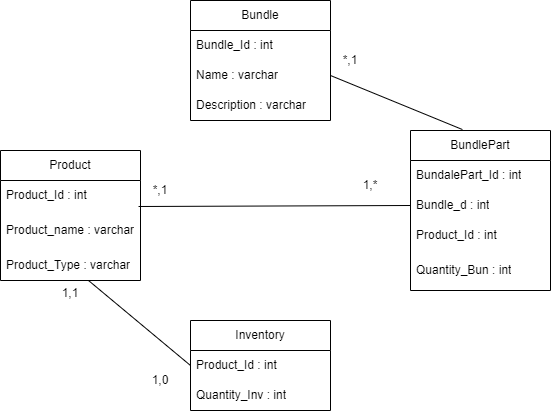
Above: Bundle Diagram.drawio.png in FerielBelkacem/MaxBundles (draw.io), before the change. Source tidied: cells renumbered, new cells last; positions are measured from the earlier drawing's top-left corner, leaving out a move shared by most shapes. The source it was exported from:
```xml
<mxGraphModel>
  <root>
    <mxCell id="0" />
    <mxCell id="1" parent="0" />
    <mxCell id="2" value="Bundle" style="swimlane;fontStyle=0;horizontal=1;startSize=30;whiteSpace=wrap;html=1;" parent="1" vertex="1">
      <mxGeometry x="190" width="140" height="120" as="geometry" />
    </mxCell>
    <mxCell id="3" value="Bundle_Id : int" style="text;strokeColor=none;fillColor=none;align=left;verticalAlign=middle;spacingLeft=4;spacingRight=4;overflow=hidden;whiteSpace=wrap;html=1;" parent="2" vertex="1">
      <mxGeometry y="30" width="140" height="30" as="geometry" />
    </mxCell>
    <mxCell id="4" value="Name : varchar" style="text;strokeColor=none;fillColor=none;align=left;verticalAlign=middle;spacingLeft=4;spacingRight=4;overflow=hidden;points=[[0,0.5],[1,0.5]];portConstraint=eastwest;whiteSpace=wrap;html=1;" parent="2" vertex="1">
      <mxGeometry y="60" width="140" height="30" as="geometry" />
    </mxCell>
    <mxCell id="5" value="Description : varchar" style="text;strokeColor=none;fillColor=none;align=left;verticalAlign=middle;spacingLeft=4;spacingRight=4;overflow=hidden;whiteSpace=wrap;html=1;" parent="2" vertex="1">
      <mxGeometry y="90" width="140" height="30" as="geometry" />
    </mxCell>
    <mxCell id="6" value="Product" style="swimlane;fontStyle=0;horizontal=1;startSize=30;whiteSpace=wrap;html=1;" parent="1" vertex="1">
      <mxGeometry y="150" width="140" height="130" as="geometry" />
    </mxCell>
    <mxCell id="7" value="Product_Id : int" style="text;strokeColor=none;fillColor=none;align=left;verticalAlign=middle;spacingLeft=4;spacingRight=4;overflow=hidden;whiteSpace=wrap;html=1;" parent="6" vertex="1">
      <mxGeometry y="30" width="140" height="30" as="geometry" />
    </mxCell>
    <mxCell id="8" value="Product_name : varchar" style="text;strokeColor=none;fillColor=none;align=left;verticalAlign=middle;spacingLeft=4;spacingRight=4;overflow=hidden;points=[[0,0.5],[1,0.5]];portConstraint=eastwest;whiteSpace=wrap;html=1;" parent="6" vertex="1">
      <mxGeometry y="60" width="140" height="40" as="geometry" />
    </mxCell>
    <mxCell id="9" value="Product_Type : varchar" style="text;strokeColor=none;fillColor=none;align=left;verticalAlign=middle;spacingLeft=4;spacingRight=4;overflow=hidden;points=[[0,0.5],[1,0.5]];portConstraint=eastwest;whiteSpace=wrap;html=1;" parent="6" vertex="1">
      <mxGeometry y="100" width="140" height="30" as="geometry" />
    </mxCell>
    <mxCell id="10" value="BundlePart" style="swimlane;fontStyle=0;horizontal=1;startSize=30;whiteSpace=wrap;html=1;" parent="1" vertex="1">
      <mxGeometry x="410" y="130" width="140" height="160" as="geometry" />
    </mxCell>
    <mxCell id="11" value="BundalePart_Id : int" style="text;strokeColor=none;fillColor=none;align=left;verticalAlign=middle;spacingLeft=4;spacingRight=4;overflow=hidden;whiteSpace=wrap;html=1;" parent="10" vertex="1">
      <mxGeometry y="30" width="140" height="30" as="geometry" />
    </mxCell>
    <mxCell id="12" value="Bundle_d : int" style="text;strokeColor=none;fillColor=none;align=left;verticalAlign=middle;spacingLeft=4;spacingRight=4;overflow=hidden;points=[[0,0.5],[1,0.5]];portConstraint=eastwest;whiteSpace=wrap;html=1;" parent="10" vertex="1">
      <mxGeometry y="60" width="140" height="30" as="geometry" />
    </mxCell>
    <mxCell id="13" value="Product_Id : int" style="text;strokeColor=none;fillColor=none;align=left;verticalAlign=middle;spacingLeft=4;spacingRight=4;overflow=hidden;whiteSpace=wrap;html=1;" parent="10" vertex="1">
      <mxGeometry y="90" width="140" height="30" as="geometry" />
    </mxCell>
    <mxCell id="14" value="Quantity_Bun : int" style="text;strokeColor=none;fillColor=none;align=left;verticalAlign=middle;spacingLeft=4;spacingRight=4;overflow=hidden;whiteSpace=wrap;html=1;" parent="10" vertex="1">
      <mxGeometry y="120" width="140" height="40" as="geometry" />
    </mxCell>
    <mxCell id="15" value="Inventory" style="swimlane;fontStyle=0;horizontal=1;startSize=30;whiteSpace=wrap;html=1;" parent="1" vertex="1">
      <mxGeometry x="190" y="320" width="140" height="90" as="geometry" />
    </mxCell>
    <mxCell id="16" value="Product_Id : int" style="text;strokeColor=none;fillColor=none;align=left;verticalAlign=middle;spacingLeft=4;spacingRight=4;overflow=hidden;points=[[0,0.5],[1,0.5]];portConstraint=eastwest;whiteSpace=wrap;html=1;" parent="15" vertex="1">
      <mxGeometry y="30" width="140" height="30" as="geometry" />
    </mxCell>
    <mxCell id="17" value="Quantity_Inv : int" style="text;strokeColor=none;fillColor=none;align=left;verticalAlign=middle;spacingLeft=4;spacingRight=4;overflow=hidden;whiteSpace=wrap;html=1;" parent="15" vertex="1">
      <mxGeometry y="60" width="140" height="30" as="geometry" />
    </mxCell>
    <mxCell id="18" style="endArrow=none;html=1;rounded=0;entryX=0;entryY=0.5;entryDx=0;entryDy=0;exitX=0.986;exitY=-0.1;exitDx=0;exitDy=0;exitPerimeter=0;" parent="1" edge="1" source="8" target="12">
      <mxGeometry relative="1" as="geometry" />
    </mxCell>
    <mxCell id="19" value="1,*" style="text;html=1;align=center;verticalAlign=middle;whiteSpace=wrap;rounded=0;" parent="1" vertex="1">
      <mxGeometry x="340" y="170" width="60" height="30" as="geometry" />
    </mxCell>
    <mxCell id="20" value="*,1" style="text;html=1;align=center;verticalAlign=middle;whiteSpace=wrap;rounded=0;" parent="1" vertex="1">
      <mxGeometry x="140" y="180" width="40" height="20" as="geometry" />
    </mxCell>
    <mxCell id="21" style="endArrow=none;html=1;rounded=0;exitX=0.371;exitY=-0.006;exitDx=0;exitDy=0;exitPerimeter=0;entryX=1;entryY=0.5;entryDx=0;entryDy=0;" parent="1" edge="1" source="10" target="4">
      <mxGeometry relative="1" as="geometry" />
    </mxCell>
    <mxCell id="22" value="*,1" style="text;html=1;align=center;verticalAlign=middle;whiteSpace=wrap;rounded=0;" parent="1" vertex="1">
      <mxGeometry x="320" y="45" width="60" height="30" as="geometry" />
    </mxCell>
    <mxCell id="23" style="endArrow=none;html=1;rounded=0;exitX=0;exitY=0.5;exitDx=0;exitDy=0;" parent="1" edge="1" source="16" target="9">
      <mxGeometry relative="1" as="geometry" />
    </mxCell>
    <mxCell id="24" value="&lt;div&gt;1,0&lt;/div&gt;" style="text;html=1;align=center;verticalAlign=middle;whiteSpace=wrap;rounded=0;" parent="1" vertex="1">
      <mxGeometry x="140" y="370" width="40" height="20" as="geometry" />
    </mxCell>
    <mxCell id="25" value="1,1&lt;div&gt;&lt;br&gt;&lt;/div&gt;" style="text;html=1;align=center;verticalAlign=middle;whiteSpace=wrap;rounded=0;" parent="1" vertex="1">
      <mxGeometry x="50" y="290" width="40" height="20" as="geometry" />
    </mxCell>
  </root>
</mxGraphModel>
```
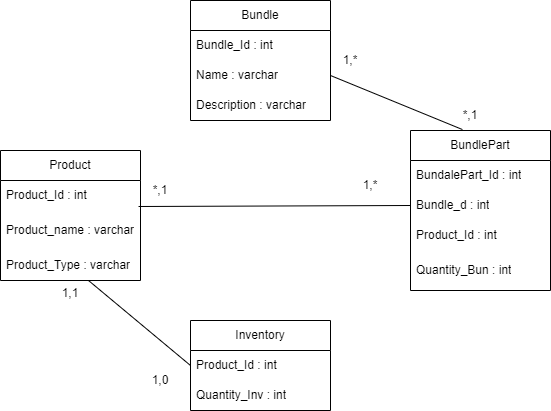
After the change.

Commit message:
Mettre à jour Bundle Diagram.drawio.png

Change to the diagram source:
```diff
@@ -62,7 +62,7 @@
     <mxCell id="21" style="endArrow=none;html=1;rounded=0;exitX=0.371;exitY=-0.006;exitDx=0;exitDy=0;exitPerimeter=0;entryX=1;entryY=0.5;entryDx=0;entryDy=0;" parent="1" edge="1" source="10" target="4">
       <mxGeometry relative="1" as="geometry" />
     </mxCell>
-    <mxCell id="22" value="*,1" style="text;html=1;align=center;verticalAlign=middle;whiteSpace=wrap;rounded=0;" parent="1" vertex="1">
+    <mxCell id="22" value="1,*" style="text;html=1;align=center;verticalAlign=middle;whiteSpace=wrap;rounded=0;" parent="1" vertex="1">
       <mxGeometry x="320" y="45" width="60" height="30" as="geometry" />
     </mxCell>
     <mxCell id="23" style="endArrow=none;html=1;rounded=0;exitX=0;exitY=0.5;exitDx=0;exitDy=0;" parent="1" edge="1" source="16" target="9">
@@ -74,5 +74,8 @@
     <mxCell id="25" value="1,1&lt;div&gt;&lt;br&gt;&lt;/div&gt;" style="text;html=1;align=center;verticalAlign=middle;whiteSpace=wrap;rounded=0;" parent="1" vertex="1">
       <mxGeometry x="50" y="290" width="40" height="20" as="geometry" />
     </mxCell>
+    <mxCell id="26" value="*,1" style="text;html=1;align=center;verticalAlign=middle;whiteSpace=wrap;rounded=0;" parent="1" vertex="1">
+      <mxGeometry x="440" y="100" width="60" height="30" as="geometry" />
+    </mxCell>
   </root>
 </mxGraphModel>
```
